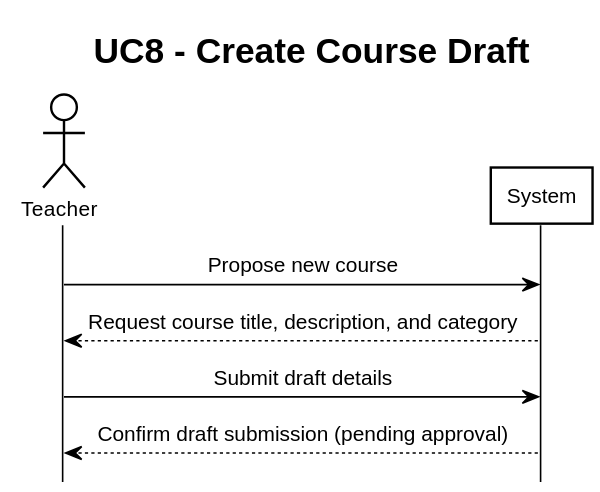
Before: out/Analysis/SSDs/UC8_CreateCourseDraft/UC8_CreateCourseDraft.svg, a diagram exported from PlantUML (SEPCheesecakeFactory/SEP3). Source of this version:
```plantuml
@startuml
title UC8 - Create Course Draft
!include https://raw.githubusercontent.com/fredoslav2004/MinimalThemePUML/refs/heads/main/minimal-theme.puml

actor Teacher
participant System

Teacher -> System: Propose new course
System --> Teacher: Request course title, description, and category
Teacher -> System: Submit draft details
System --> Teacher: Confirm draft submission (pending approval)
@enduml
```
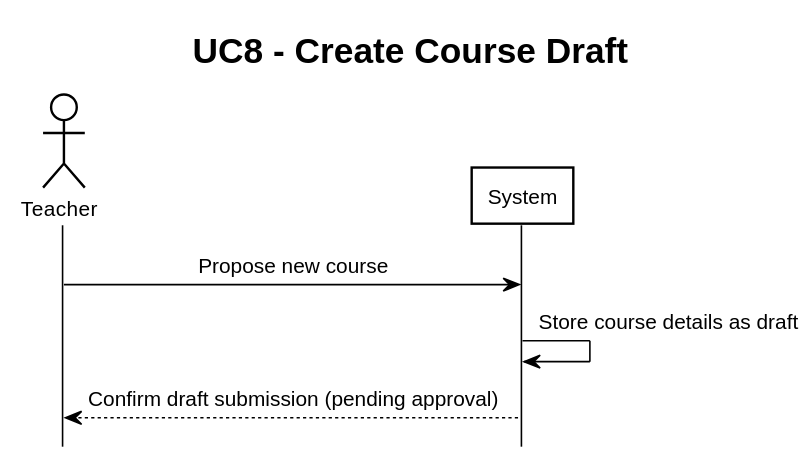
The same file after the commit.

What changed in the source:
```diff
@@ -6,7 +6,6 @@
 participant System
 
 Teacher -> System: Propose new course
-System --> Teacher: Request course title, description, and category
-Teacher -> System: Submit draft details
+System -> System: Store course details as draft
 System --> Teacher: Confirm draft submission (pending approval)
 @enduml
```
